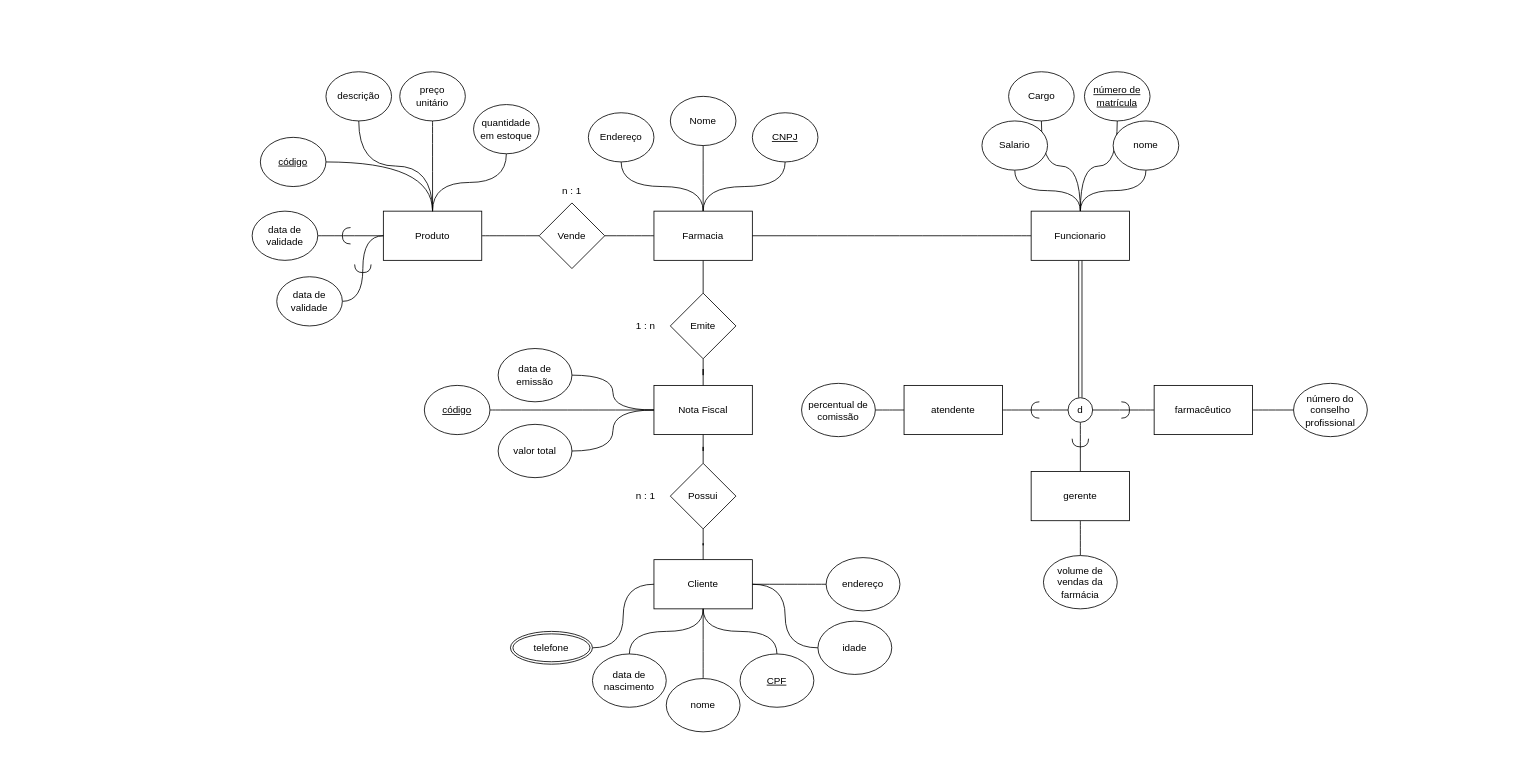
Above: at4.drawio in gv01d/BD (draw.io), before the change. Source tidied: cells renumbered, new cells numbered last; positions are measured from the earlier drawing's top-left corner, leaving out a move shared by most shapes. Both pictures are drawn from the tidied source at 82%, with x=0, y=0 at pixel (252, 71).
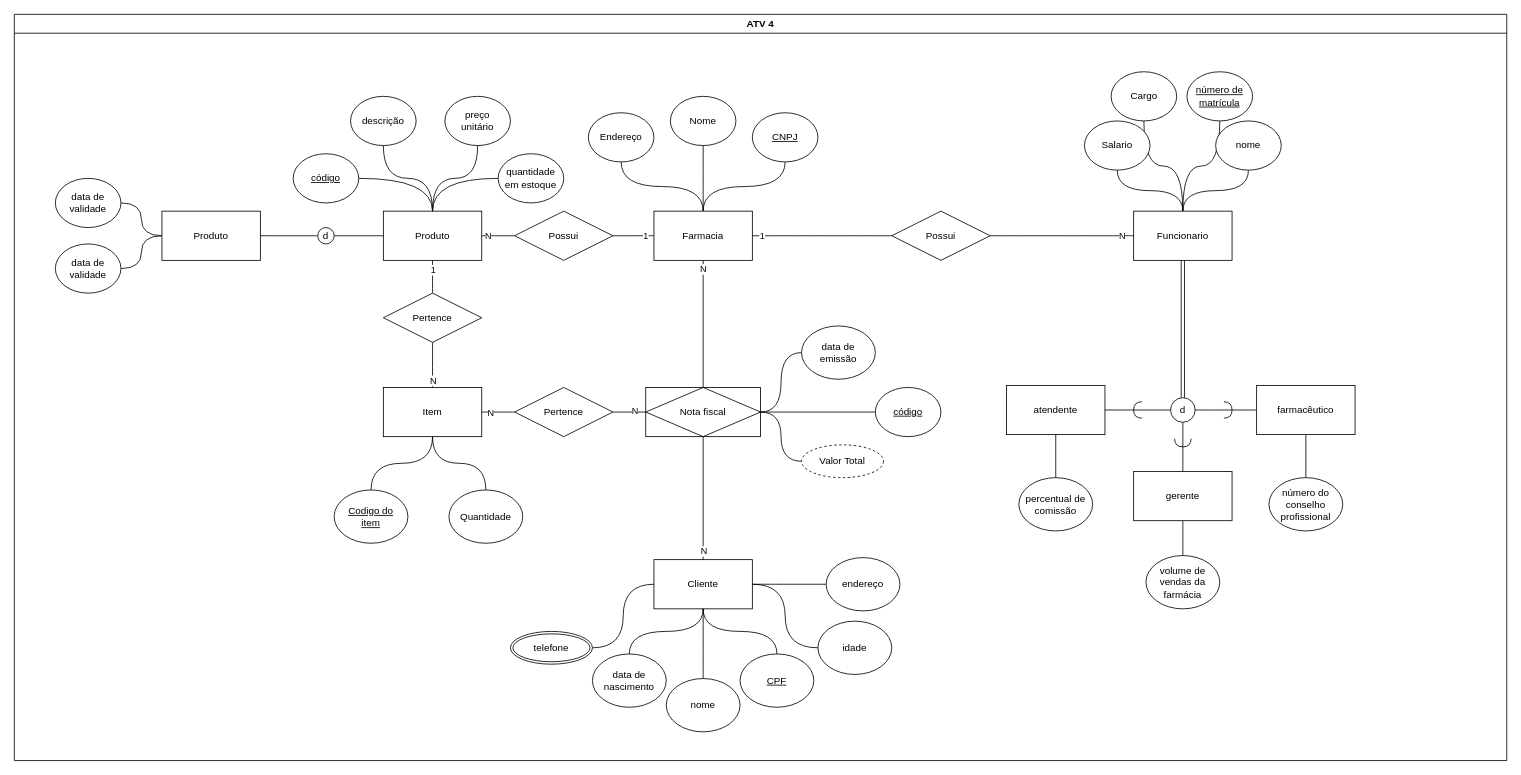
The same page after the edit.

The change refers to these unchanged cells:
```xml
<mxCell id="7" value="Farmacia" style="rounded=0;whiteSpace=wrap;html=1;" parent="1" vertex="1">
  <mxGeometry x="490" y="170" width="120" height="60" as="geometry" />
</mxCell>
<mxCell id="39" value="Produto" style="rounded=0;whiteSpace=wrap;html=1;" parent="1" vertex="1">
  <mxGeometry x="160" y="170" width="120" height="60" as="geometry" />
</mxCell>
<mxCell id="55" value="Cliente" style="rounded=0;whiteSpace=wrap;html=1;" parent="1" vertex="1">
  <mxGeometry x="490" y="595" width="120" height="60" as="geometry" />
</mxCell>
```

Change to the diagram source:
```diff
@@
-    <mxCell id="5" style="edgeStyle=orthogonalEdgeStyle;rounded=0;jettySize=auto;html=1;entryX=1;entryY=0.5;entryDx=0;entryDy=0;endArrow=none;endFill=0;curved=1;" parent="1" edge="1" source="7" target="40">
+    <mxCell id="5" style="edgeStyle=orthogonalEdgeStyle;rounded=0;jettySize=auto;html=1;entryX=1;entryY=0.5;entryDx=0;entryDy=0;endArrow=none;endFill=0;curved=1;" parent="1" edge="1" source="7" target="97">
       <mxGeometry relative="1" as="geometry" />
     </mxCell>
+    <mxCell id="83" value="1" style="edgeLabel;html=1;align=center;verticalAlign=middle;" parent="5" vertex="1">
+      <mxGeometry x="0.3" y="-2" relative="1" as="geometry">
+        <mxPoint x="22" y="2" as="offset" />
+      </mxGeometry>
+    </mxCell>
-    <mxCell id="6" style="edgeStyle=orthogonalEdgeStyle;rounded=0;jettySize=auto;html=1;endArrow=none;endFill=0;" parent="1" edge="1" source="7" target="58">
+    <mxCell id="6" style="edgeStyle=orthogonalEdgeStyle;rounded=0;jettySize=auto;html=1;endArrow=none;endFill=0;entryX=0.5;entryY=0;entryDx=0;entryDy=0;" parent="1" edge="1" source="7" target="93">
       <mxGeometry relative="1" as="geometry" />
     </mxCell>
+    <mxCell id="84" value="N" style="edgeLabel;html=1;align=center;verticalAlign=middle;" parent="6" vertex="1">
+      <mxGeometry x="-0.87" y="-1" relative="1" as="geometry" />
+    </mxCell>
@@
-    <mxCell id="11" style="edgeStyle=orthogonalEdgeStyle;rounded=0;jettySize=auto;html=1;endArrow=none;endFill=0;curved=1;" parent="1" edge="1" source="16" target="7">
+    <mxCell id="11" style="edgeStyle=orthogonalEdgeStyle;rounded=0;jettySize=auto;html=1;endArrow=none;endFill=0;curved=1;" parent="1" edge="1" source="96" target="7">
       <mxGeometry relative="1" as="geometry" />
     </mxCell>
+    <mxCell id="85" value="1" style="edgeLabel;html=1;align=center;verticalAlign=middle;" parent="11" vertex="1">
+      <mxGeometry x="0.96" y="-2" relative="1" as="geometry">
+        <mxPoint x="8" y="2" as="offset" />
+      </mxGeometry>
+    </mxCell>
@@
     <mxCell id="16" value="Funcionario" style="rounded=0;whiteSpace=wrap;html=1;" parent="1" vertex="1">
-      <mxGeometry x="950" y="170" width="120" height="60" as="geometry" />
+      <mxGeometry x="1075" y="170" width="120" height="60" as="geometry" />
     </mxCell>
     <mxCell id="17" value="&lt;u&gt;número de matrícula&lt;/u&gt;" style="ellipse;whiteSpace=wrap;html=1;" parent="1" vertex="1">
-      <mxGeometry x="1015" width="80" height="60" as="geometry" />
+      <mxGeometry x="1140" width="80" height="60" as="geometry" />
     </mxCell>
     <mxCell id="18" value="nome" style="ellipse;whiteSpace=wrap;html=1;" parent="1" vertex="1">
-      <mxGeometry x="1050" y="60" width="80" height="60" as="geometry" />
+      <mxGeometry x="1175" y="60" width="80" height="60" as="geometry" />
     </mxCell>
@@
     <mxCell id="20" value="&lt;div&gt;Cargo&lt;/div&gt;" style="ellipse;whiteSpace=wrap;html=1;" parent="1" vertex="1">
-      <mxGeometry x="922.5" width="80" height="60" as="geometry" />
+      <mxGeometry x="1047.5" width="80" height="60" as="geometry" />
     </mxCell>
     <mxCell id="21" value="Salario" style="ellipse;whiteSpace=wrap;html=1;" parent="1" vertex="1">
-      <mxGeometry x="890" y="60" width="80" height="60" as="geometry" />
+      <mxGeometry x="1015" y="60" width="80" height="60" as="geometry" />
     </mxCell>
@@
     <mxCell id="23" value="d" style="ellipse;whiteSpace=wrap;html=1;" parent="1" vertex="1">
-      <mxGeometry x="995" y="397.5" width="30" height="30" as="geometry" />
+      <mxGeometry x="1120" y="397.5" width="30" height="30" as="geometry" />
     </mxCell>
@@
     <mxCell id="26" value="farmacêutico" style="rounded=0;whiteSpace=wrap;html=1;" parent="1" vertex="1">
-      <mxGeometry x="1100" y="382.5" width="120" height="60" as="geometry" />
+      <mxGeometry x="1225" y="382.5" width="120" height="60" as="geometry" />
     </mxCell>
@@
     <mxCell id="28" value="gerente" style="rounded=0;whiteSpace=wrap;html=1;" parent="1" vertex="1">
-      <mxGeometry x="950" y="487.5" width="120" height="60" as="geometry" />
+      <mxGeometry x="1075" y="487.5" width="120" height="60" as="geometry" />
     </mxCell>
@@
     <mxCell id="30" value="atendente " style="rounded=0;whiteSpace=wrap;html=1;" parent="1" vertex="1">
-      <mxGeometry x="795" y="382.5" width="120" height="60" as="geometry" />
+      <mxGeometry x="920" y="382.5" width="120" height="60" as="geometry" />
     </mxCell>
     <mxCell id="31" style="shape=requiredInterface;html=1;verticalLabelPosition=bottom;sketch=0;" parent="1" vertex="1">
-      <mxGeometry x="1060" y="402.5" width="10" height="20" as="geometry" />
+      <mxGeometry x="1185" y="402.5" width="10" height="20" as="geometry" />
     </mxCell>
     <mxCell id="32" style="shape=requiredInterface;html=1;verticalLabelPosition=bottom;sketch=0;rotation=90;" parent="1" vertex="1">
-      <mxGeometry x="1005" y="442.5" width="10" height="20" as="geometry" />
+      <mxGeometry x="1130" y="442.5" width="10" height="20" as="geometry" />
     </mxCell>
     <mxCell id="33" style="shape=requiredInterface;html=1;verticalLabelPosition=bottom;sketch=0;rotation=-180;" parent="1" vertex="1">
-      <mxGeometry x="950" y="402.5" width="10" height="20" as="geometry" />
+      <mxGeometry x="1075" y="402.5" width="10" height="20" as="geometry" />
     </mxCell>
@@
     <mxCell id="35" value="percentual de comissão" style="ellipse;whiteSpace=wrap;html=1;" parent="1" vertex="1">
-      <mxGeometry x="670" y="380" width="90" height="65" as="geometry" />
+      <mxGeometry x="935" y="495" width="90" height="65" as="geometry" />
     </mxCell>
     <mxCell id="36" value="volume de vendas da farmácia" style="ellipse;whiteSpace=wrap;html=1;" parent="1" vertex="1">
-      <mxGeometry x="965" y="590" width="90" height="65" as="geometry" />
+      <mxGeometry x="1090" y="590" width="90" height="65" as="geometry" />
     </mxCell>
     <mxCell id="37" value="número do conselho profissional" style="ellipse;whiteSpace=wrap;html=1;" parent="1" vertex="1">
-      <mxGeometry x="1270" y="380" width="90" height="65" as="geometry" />
+      <mxGeometry x="1240" y="495" width="90" height="65" as="geometry" />
     </mxCell>
-    <mxCell id="38" style="edgeStyle=orthogonalEdgeStyle;rounded=0;jettySize=auto;html=1;entryX=0;entryY=0.5;entryDx=0;entryDy=0;curved=1;endArrow=none;endFill=0;" parent="1" edge="1" source="39" target="40">
+    <mxCell id="38" style="edgeStyle=orthogonalEdgeStyle;rounded=0;jettySize=auto;html=1;entryX=0;entryY=0.5;entryDx=0;entryDy=0;curved=1;endArrow=none;endFill=0;" parent="1" edge="1" source="39" target="97">
       <mxGeometry relative="1" as="geometry" />
     </mxCell>
+    <mxCell id="86" value="N" style="edgeLabel;html=1;align=center;verticalAlign=middle;" parent="38" vertex="1">
+      <mxGeometry x="-0.67" y="-2" relative="1" as="geometry">
+        <mxPoint y="-2" as="offset" />
+      </mxGeometry>
+    </mxCell>
@@
-    <mxCell id="40" value="Vende" style="rhombus;whiteSpace=wrap;html=1;" parent="1" vertex="1">
-      <mxGeometry x="350" y="160" width="80" height="80" as="geometry" />
-    </mxCell>
@@
     <mxCell id="42" value="preço&lt;br&gt; unitário" style="ellipse;whiteSpace=wrap;html=1;" parent="1" vertex="1">
-      <mxGeometry x="180" width="80" height="60" as="geometry" />
+      <mxGeometry x="235" y="30" width="80" height="60" as="geometry" />
     </mxCell>
@@
     <mxCell id="44" value="quantidade em estoque" style="ellipse;whiteSpace=wrap;html=1;" parent="1" vertex="1">
-      <mxGeometry x="270" y="40" width="80" height="60" as="geometry" />
+      <mxGeometry x="300" y="100" width="80" height="60" as="geometry" />
     </mxCell>
@@
     <mxCell id="46" value="descrição" style="ellipse;whiteSpace=wrap;html=1;" parent="1" vertex="1">
-      <mxGeometry x="90" width="80" height="60" as="geometry" />
+      <mxGeometry x="120" y="30" width="80" height="60" as="geometry" />
     </mxCell>
@@
     <mxCell id="48" value="&lt;u&gt;código&lt;/u&gt;" style="ellipse;whiteSpace=wrap;html=1;" parent="1" vertex="1">
-      <mxGeometry x="10" y="80" width="80" height="60" as="geometry" />
+      <mxGeometry x="50" y="100" width="80" height="60" as="geometry" />
     </mxCell>
-    <mxCell id="49" style="edgeStyle=orthogonalEdgeStyle;rounded=0;jettySize=auto;html=1;curved=1;endArrow=none;endFill=0;" parent="1" edge="1" source="50" target="39">
-      <mxGeometry relative="1" as="geometry" />
-    </mxCell>
+    <mxCell id="87" style="edgeStyle=orthogonalEdgeStyle;rounded=0;jettySize=auto;html=1;entryX=0;entryY=0.5;entryDx=0;entryDy=0;curved=1;endArrow=none;endFill=0;" parent="1" edge="1" source="50" target="117">
+      <mxGeometry relative="1" as="geometry" />
+    </mxCell>
     <mxCell id="50" value="data de validade" style="ellipse;whiteSpace=wrap;html=1;" parent="1" vertex="1">
-      <mxGeometry y="170" width="80" height="60" as="geometry" />
+      <mxGeometry x="-240" y="130" width="80" height="60" as="geometry" />
     </mxCell>
-    <mxCell id="51" style="shape=requiredInterface;html=1;verticalLabelPosition=bottom;sketch=0;rotation=-180;" parent="1" vertex="1">
-      <mxGeometry x="110" y="190" width="10" height="20" as="geometry" />
-    </mxCell>
-    <mxCell id="52" style="edgeStyle=orthogonalEdgeStyle;rounded=0;jettySize=auto;html=1;entryX=0;entryY=0.5;entryDx=0;entryDy=0;curved=1;endArrow=none;endFill=0;" parent="1" edge="1" source="53" target="39">
-      <mxGeometry relative="1" as="geometry" />
-    </mxCell>
+    <mxCell id="88" style="edgeStyle=orthogonalEdgeStyle;rounded=0;jettySize=auto;html=1;entryX=0;entryY=0.5;entryDx=0;entryDy=0;curved=1;endArrow=none;endFill=0;" parent="1" edge="1" source="53" target="117">
+      <mxGeometry relative="1" as="geometry" />
+    </mxCell>
     <mxCell id="53" value="data de validade" style="ellipse;whiteSpace=wrap;html=1;" parent="1" vertex="1">
-      <mxGeometry x="30" y="250" width="80" height="60" as="geometry" />
+      <mxGeometry x="-240" y="210" width="80" height="60" as="geometry" />
     </mxCell>
-    <mxCell id="54" style="shape=requiredInterface;html=1;verticalLabelPosition=bottom;sketch=0;rotation=90;" parent="1" vertex="1">
-      <mxGeometry x="130" y="230" width="10" height="20" as="geometry" />
-    </mxCell>
@@
-    <mxCell id="56" value="Nota Fiscal" style="rounded=0;whiteSpace=wrap;html=1;" parent="1" vertex="1">
-      <mxGeometry x="490" y="382.5" width="120" height="60" as="geometry" />
-    </mxCell>
-    <mxCell id="57" style="edgeStyle=orthogonalEdgeStyle;rounded=0;jettySize=auto;html=1;endArrow=none;endFill=0;" parent="1" edge="1" source="58" target="56">
-      <mxGeometry relative="1" as="geometry" />
-    </mxCell>
-    <mxCell id="58" value="Emite" style="rhombus;whiteSpace=wrap;html=1;" parent="1" vertex="1">
-      <mxGeometry x="510" y="270" width="80" height="80" as="geometry" />
-    </mxCell>
-    <mxCell id="59" style="edgeStyle=orthogonalEdgeStyle;rounded=0;jettySize=auto;html=1;endArrow=none;endFill=0;" parent="1" edge="1" source="61" target="56">
-      <mxGeometry relative="1" as="geometry" />
-    </mxCell>
-    <mxCell id="60" style="edgeStyle=orthogonalEdgeStyle;rounded=0;jettySize=auto;html=1;endArrow=none;endFill=0;" parent="1" edge="1" source="61" target="55">
+    <mxCell id="60" style="edgeStyle=orthogonalEdgeStyle;rounded=0;jettySize=auto;html=1;endArrow=none;endFill=0;exitX=0.5;exitY=1;exitDx=0;exitDy=0;" parent="1" edge="1" source="93" target="55">
       <mxGeometry relative="1" as="geometry" />
     </mxCell>
-    <mxCell id="61" value="Possui" style="rhombus;whiteSpace=wrap;html=1;" parent="1" vertex="1">
-      <mxGeometry x="510" y="477.5" width="80" height="80" as="geometry" />
-    </mxCell>
+    <mxCell id="89" value="N" style="edgeLabel;html=1;align=center;verticalAlign=middle;" parent="60" vertex="1">
+      <mxGeometry x="0.85" y="1" relative="1" as="geometry">
+        <mxPoint x="-1" as="offset" />
+      </mxGeometry>
+    </mxCell>
@@
-    <mxCell id="73" style="edgeStyle=orthogonalEdgeStyle;rounded=0;jettySize=auto;html=1;endArrow=none;endFill=0;curved=1;" parent="1" edge="1" source="74" target="56">
-      <mxGeometry relative="1" as="geometry" />
-    </mxCell>
+    <mxCell id="90" style="edgeStyle=orthogonalEdgeStyle;rounded=0;jettySize=auto;html=1;entryX=1;entryY=0.5;entryDx=0;entryDy=0;endArrow=none;endFill=0;curved=1;" parent="1" edge="1" source="74" target="93">
+      <mxGeometry relative="1" as="geometry" />
+    </mxCell>
     <mxCell id="74" value=" data de emissão" style="ellipse;whiteSpace=wrap;html=1;" parent="1" vertex="1">
-      <mxGeometry x="300" y="337.5" width="90" height="65" as="geometry" />
+      <mxGeometry x="670" y="310" width="90" height="65" as="geometry" />
     </mxCell>
-    <mxCell id="75" style="edgeStyle=orthogonalEdgeStyle;rounded=0;jettySize=auto;html=1;curved=1;endArrow=none;endFill=0;" parent="1" edge="1" source="76" target="56">
-      <mxGeometry relative="1" as="geometry" />
-    </mxCell>
-    <mxCell id="76" value="valor total" style="ellipse;whiteSpace=wrap;html=1;" parent="1" vertex="1">
-      <mxGeometry x="300" y="430" width="90" height="65" as="geometry" />
-    </mxCell>
-    <mxCell id="77" style="edgeStyle=orthogonalEdgeStyle;rounded=0;jettySize=auto;html=1;endArrow=none;endFill=0;curved=1;" parent="1" edge="1" source="78" target="56">
-      <mxGeometry relative="1" as="geometry" />
-    </mxCell>
+    <mxCell id="91" style="edgeStyle=orthogonalEdgeStyle;rounded=0;jettySize=auto;html=1;entryX=1;entryY=0.5;entryDx=0;entryDy=0;endArrow=none;endFill=0;curved=1;exitX=0;exitY=0.5;exitDx=0;exitDy=0;" parent="1" edge="1" source="105" target="93">
+      <mxGeometry relative="1" as="geometry" />
+    </mxCell>
+    <mxCell id="92" style="edgeStyle=orthogonalEdgeStyle;rounded=0;jettySize=auto;html=1;entryX=1;entryY=0.5;entryDx=0;entryDy=0;endArrow=none;endFill=0;curved=1;" parent="1" edge="1" source="78" target="93">
+      <mxGeometry relative="1" as="geometry" />
+    </mxCell>
     <mxCell id="78" value="&lt;u&gt;código&lt;/u&gt;" style="ellipse;whiteSpace=wrap;html=1;" parent="1" vertex="1">
-      <mxGeometry x="210" y="382.5" width="80" height="60" as="geometry" />
+      <mxGeometry x="760" y="385" width="80" height="60" as="geometry" />
     </mxCell>
-    <mxCell id="79" value="n : 1" style="text;html=1;align=center;verticalAlign=middle;whiteSpace=wrap;rounded=0;" parent="1" vertex="1">
-      <mxGeometry x="360" y="130" width="60" height="30" as="geometry" />
-    </mxCell>
-    <mxCell id="80" value="n : 1 " style="text;html=1;align=center;verticalAlign=middle;whiteSpace=wrap;rounded=0;" parent="1" vertex="1">
-      <mxGeometry x="450" y="502.5" width="60" height="30" as="geometry" />
-    </mxCell>
-    <mxCell id="81" value="1 : n" style="text;html=1;align=center;verticalAlign=middle;whiteSpace=wrap;rounded=0;" parent="1" vertex="1">
-      <mxGeometry x="450" y="295" width="60" height="30" as="geometry" />
-    </mxCell>
@@
+    <mxCell id="93" value="Nota fiscal" style="shape=associativeEntity;whiteSpace=wrap;html=1;align=center;" parent="1" vertex="1">
+      <mxGeometry x="480" y="385" width="140" height="60" as="geometry" />
+    </mxCell>
+    <mxCell id="94" style="edgeStyle=orthogonalEdgeStyle;rounded=0;jettySize=auto;html=1;endArrow=none;endFill=0;curved=1;entryX=1;entryY=0.5;entryDx=0;entryDy=0;" parent="1" edge="1" source="16" target="96">
+      <mxGeometry relative="1" as="geometry" />
+    </mxCell>
+    <mxCell id="95" value="N" style="edgeLabel;html=1;align=center;verticalAlign=middle;" parent="94" vertex="1">
+      <mxGeometry x="-0.88" y="-3" relative="1" as="geometry">
+        <mxPoint x="-4" y="3" as="offset" />
+      </mxGeometry>
+    </mxCell>
+    <mxCell id="96" value="Possui" style="shape=rhombus;perimeter=rhombusPerimeter;whiteSpace=wrap;html=1;align=center;" parent="1" vertex="1">
+      <mxGeometry x="780" y="170" width="120" height="60" as="geometry" />
+    </mxCell>
+    <mxCell id="97" value="Possui" style="shape=rhombus;perimeter=rhombusPerimeter;whiteSpace=wrap;html=1;align=center;" parent="1" vertex="1">
+      <mxGeometry x="320" y="170" width="120" height="60" as="geometry" />
+    </mxCell>
+    <mxCell id="98" style="edgeStyle=orthogonalEdgeStyle;rounded=0;jettySize=auto;html=1;curved=1;endArrow=none;endFill=0;" parent="1" edge="1" source="99" target="106">
+      <mxGeometry relative="1" as="geometry" />
+    </mxCell>
+    <mxCell id="99" value="Item" style="rounded=0;whiteSpace=wrap;html=1;" parent="1" vertex="1">
+      <mxGeometry x="160" y="385" width="120" height="60" as="geometry" />
+    </mxCell>
+    <mxCell id="100" style="edgeStyle=orthogonalEdgeStyle;rounded=0;jettySize=auto;html=1;entryX=0;entryY=0.5;entryDx=0;entryDy=0;endArrow=none;endFill=0;curved=1;" parent="1" edge="1" source="104" target="93">
+      <mxGeometry relative="1" as="geometry" />
+    </mxCell>
+    <mxCell id="101" value="N" style="edgeLabel;html=1;align=center;verticalAlign=middle;" parent="100" vertex="1">
+      <mxGeometry x="0.29" y="2" relative="1" as="geometry" />
+    </mxCell>
+    <mxCell id="102" style="edgeStyle=orthogonalEdgeStyle;rounded=0;jettySize=auto;html=1;entryX=1;entryY=0.5;entryDx=0;entryDy=0;curved=1;endArrow=none;endFill=0;" parent="1" edge="1" source="104" target="99">
+      <mxGeometry relative="1" as="geometry" />
+    </mxCell>
+    <mxCell id="103" value="N" style="edgeLabel;html=1;align=center;verticalAlign=middle;" parent="102" vertex="1">
+      <mxGeometry x="0.31" relative="1" as="geometry">
+        <mxPoint x="-4" as="offset" />
+      </mxGeometry>
+    </mxCell>
+    <mxCell id="104" value="Pertence" style="shape=rhombus;perimeter=rhombusPerimeter;whiteSpace=wrap;html=1;align=center;" parent="1" vertex="1">
+      <mxGeometry x="320" y="385" width="120" height="60" as="geometry" />
+    </mxCell>
+    <mxCell id="105" value="Valor Total" style="ellipse;whiteSpace=wrap;html=1;align=center;dashed=1;" parent="1" vertex="1">
+      <mxGeometry x="670" y="455" width="100" height="40" as="geometry" />
+    </mxCell>
+    <mxCell id="106" value="Quantidade" style="ellipse;whiteSpace=wrap;html=1;" parent="1" vertex="1">
+      <mxGeometry x="240" y="510" width="90" height="65" as="geometry" />
+    </mxCell>
+    <mxCell id="107" style="edgeStyle=orthogonalEdgeStyle;rounded=0;jettySize=auto;html=1;entryX=0.5;entryY=1;entryDx=0;entryDy=0;curved=1;endArrow=none;endFill=0;" parent="1" edge="1" source="108" target="99">
+      <mxGeometry relative="1" as="geometry" />
+    </mxCell>
+    <mxCell id="108" value="&lt;u&gt;Codigo do &lt;br&gt;item&lt;/u&gt;" style="ellipse;whiteSpace=wrap;html=1;" parent="1" vertex="1">
+      <mxGeometry x="100" y="510" width="90" height="65" as="geometry" />
+    </mxCell>
+    <mxCell id="109" style="edgeStyle=orthogonalEdgeStyle;rounded=0;jettySize=auto;html=1;entryX=0.5;entryY=1;entryDx=0;entryDy=0;curved=1;endArrow=none;endFill=0;" parent="1" edge="1" source="113" target="39">
+      <mxGeometry relative="1" as="geometry" />
+    </mxCell>
+    <mxCell id="110" value="1" style="edgeLabel;html=1;align=center;verticalAlign=middle;" parent="109" vertex="1">
+      <mxGeometry x="0.45" relative="1" as="geometry" />
+    </mxCell>
+    <mxCell id="111" style="edgeStyle=orthogonalEdgeStyle;rounded=0;jettySize=auto;html=1;curved=1;endArrow=none;endFill=0;" parent="1" edge="1" source="113" target="99">
+      <mxGeometry relative="1" as="geometry" />
+    </mxCell>
+    <mxCell id="112" value="N" style="edgeLabel;html=1;align=center;verticalAlign=middle;" parent="111" vertex="1">
+      <mxGeometry x="0.51" y="1" relative="1" as="geometry">
+        <mxPoint x="-1" y="4" as="offset" />
+      </mxGeometry>
+    </mxCell>
+    <mxCell id="113" value="Pertence" style="shape=rhombus;perimeter=rhombusPerimeter;whiteSpace=wrap;html=1;align=center;" parent="1" vertex="1">
+      <mxGeometry x="160" y="270" width="120" height="60" as="geometry" />
+    </mxCell>
+    <mxCell id="114" style="edgeStyle=orthogonalEdgeStyle;rounded=0;jettySize=auto;html=1;entryX=0;entryY=0.5;entryDx=0;entryDy=0;curved=1;endArrow=none;endFill=0;" parent="1" edge="1" source="116" target="39">
+      <mxGeometry relative="1" as="geometry" />
+    </mxCell>
+    <mxCell id="115" style="edgeStyle=orthogonalEdgeStyle;rounded=0;jettySize=auto;html=1;entryX=1;entryY=0.5;entryDx=0;entryDy=0;curved=1;endArrow=none;endFill=0;" parent="1" edge="1" source="116" target="117">
+      <mxGeometry relative="1" as="geometry" />
+    </mxCell>
+    <mxCell id="116" value="d" style="ellipse;whiteSpace=wrap;html=1;" parent="1" vertex="1">
+      <mxGeometry x="80" y="190" width="20" height="20" as="geometry" />
+    </mxCell>
+    <mxCell id="117" value="Produto" style="rounded=0;whiteSpace=wrap;html=1;" parent="1" vertex="1">
+      <mxGeometry x="-110" y="170" width="120" height="60" as="geometry" />
+    </mxCell>
+    <mxCell id="118" value="ATV 4" style="swimlane;whiteSpace=wrap;html=1;" parent="1" vertex="1">
+      <mxGeometry x="-290" y="-70" width="1820" height="910" as="geometry" />
+    </mxCell>
```
